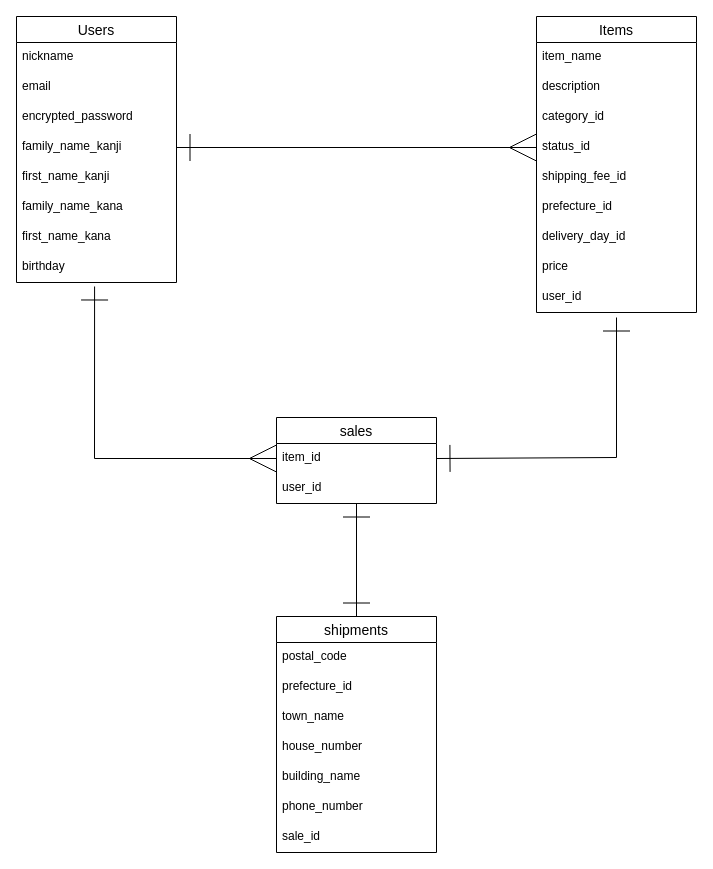
This is furima_ER.dio from imotasatara/furima-38580, a draw.io file, before an edit. Source tidied: cells renumbered, new cells numbered last; positions are measured from the earlier drawing's top-left corner, leaving out a move shared by most shapes. Both pictures are drawn from the tidied source at 100%, with x=0, y=0 at pixel (16, 16).
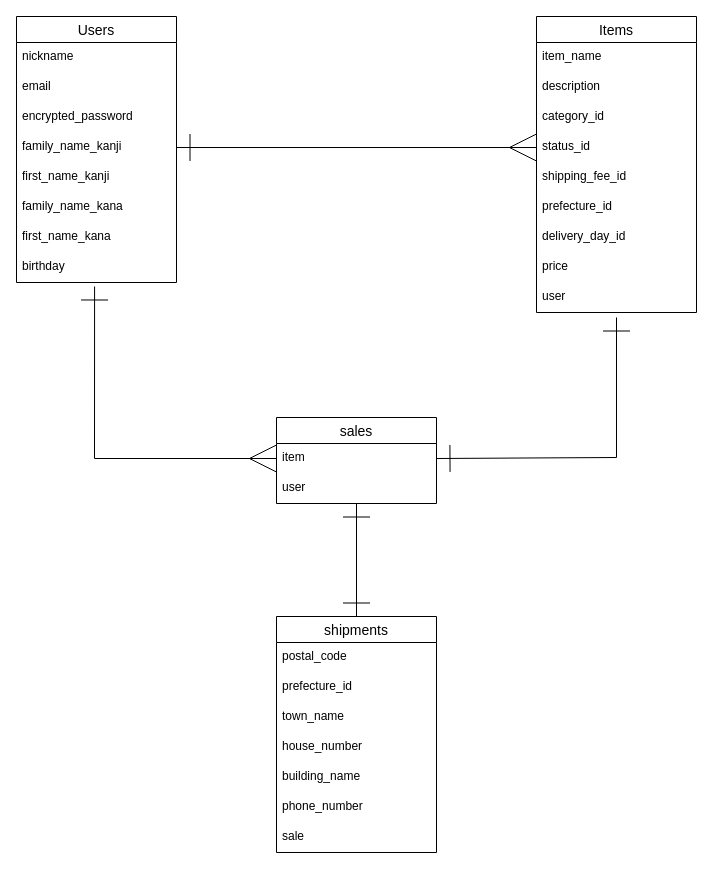
The same page after the edit.

The change refers to these unchanged cells:
```xml
<mxCell id="11" value="Items" style="swimlane;fontStyle=0;horizontal=1;startSize=26;align=center;fontSize=14;" parent="1" vertex="1">
  <mxGeometry x="520" width="160" height="296" as="geometry" />
</mxCell>
<mxCell id="22" value="shipments" style="swimlane;fontStyle=0;horizontal=1;startSize=26;align=center;fontSize=14;" parent="1" vertex="1">
  <mxGeometry x="260" y="600" width="160" height="236" as="geometry" />
</mxCell>
<mxCell id="31" value="sales" style="swimlane;fontStyle=0;horizontal=1;startSize=26;align=center;fontSize=14;" parent="1" vertex="1">
  <mxGeometry x="260" y="401" width="160" height="86" as="geometry" />
</mxCell>
```

Change to the diagram source:
```diff
@@
-    <mxCell id="20" value="user_id" style="text;strokeColor=none;fillColor=none;spacingLeft=4;spacingRight=4;overflow=hidden;fontSize=12;" parent="11" vertex="1">
+    <mxCell id="20" value="user" style="text;strokeColor=none;fillColor=none;spacingLeft=4;spacingRight=4;overflow=hidden;fontSize=12;" parent="11" vertex="1">
       <mxGeometry y="266" width="160" height="30" as="geometry" />
     </mxCell>
@@
-    <mxCell id="29" value="sale_id" style="text;strokeColor=none;fillColor=none;spacingLeft=4;spacingRight=4;overflow=hidden;fontSize=12;" parent="22" vertex="1">
+    <mxCell id="29" value="sale" style="text;strokeColor=none;fillColor=none;spacingLeft=4;spacingRight=4;overflow=hidden;fontSize=12;" parent="22" vertex="1">
       <mxGeometry y="206" width="160" height="30" as="geometry" />
     </mxCell>
@@
-    <mxCell id="32" value="item_id" style="text;strokeColor=none;fillColor=none;spacingLeft=4;spacingRight=4;overflow=hidden;points=[[0,0.5],[1,0.5]];portConstraint=eastwest;fontSize=12;" parent="31" vertex="1">
+    <mxCell id="32" value="item" style="text;strokeColor=none;fillColor=none;spacingLeft=4;spacingRight=4;overflow=hidden;points=[[0,0.5],[1,0.5]];portConstraint=eastwest;fontSize=12;" parent="31" vertex="1">
       <mxGeometry y="26" width="160" height="30" as="geometry" />
     </mxCell>
-    <mxCell id="33" value="user_id" style="text;strokeColor=none;fillColor=none;spacingLeft=4;spacingRight=4;overflow=hidden;points=[[0,0.5],[1,0.5]];portConstraint=eastwest;fontSize=12;" parent="31" vertex="1">
+    <mxCell id="33" value="user" style="text;strokeColor=none;fillColor=none;spacingLeft=4;spacingRight=4;overflow=hidden;points=[[0,0.5],[1,0.5]];portConstraint=eastwest;fontSize=12;" parent="31" vertex="1">
       <mxGeometry y="56" width="160" height="30" as="geometry" />
     </mxCell>
```
